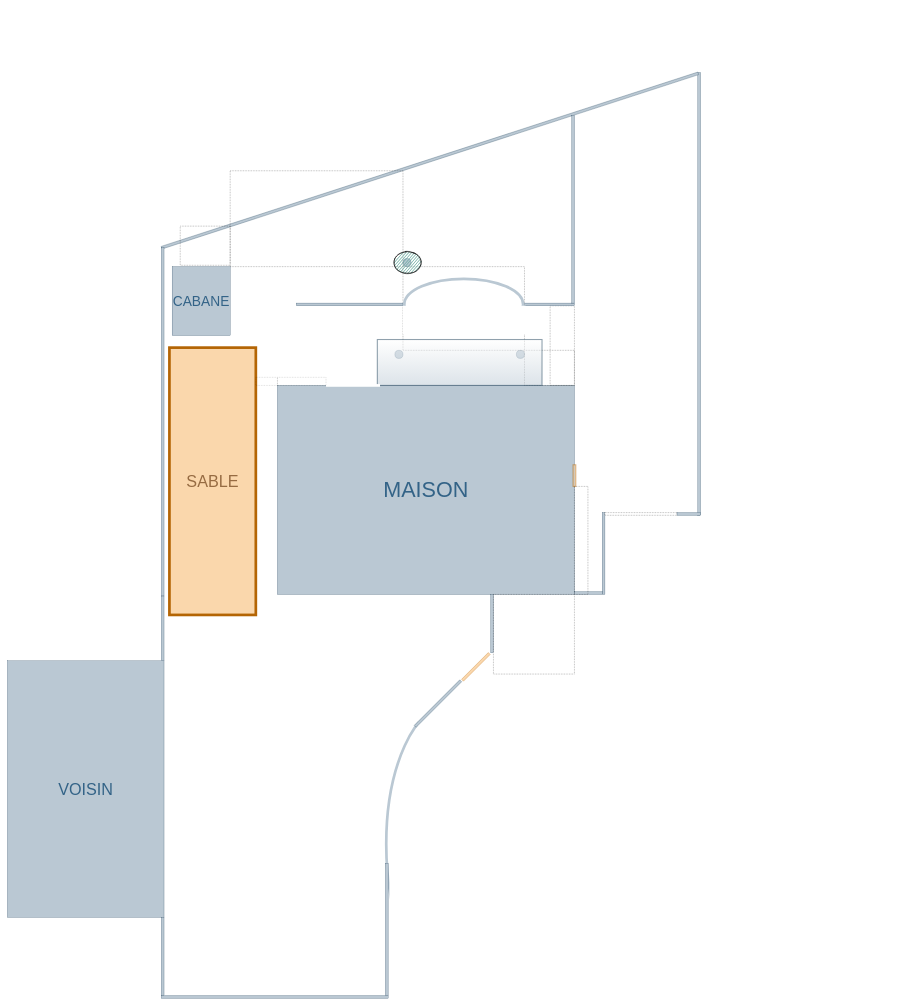
Before: Untitled Diagram.drawio in GeReinhart/DrawIO, a draw.io diagram. Source tidied: cells renumbered, new cells numbered last; positions are measured from the earlier drawing's top-left corner, leaving out a move shared by most shapes. Both pictures are drawn from the tidied source at 27%, with x=0, y=0 at pixel (7, 72).
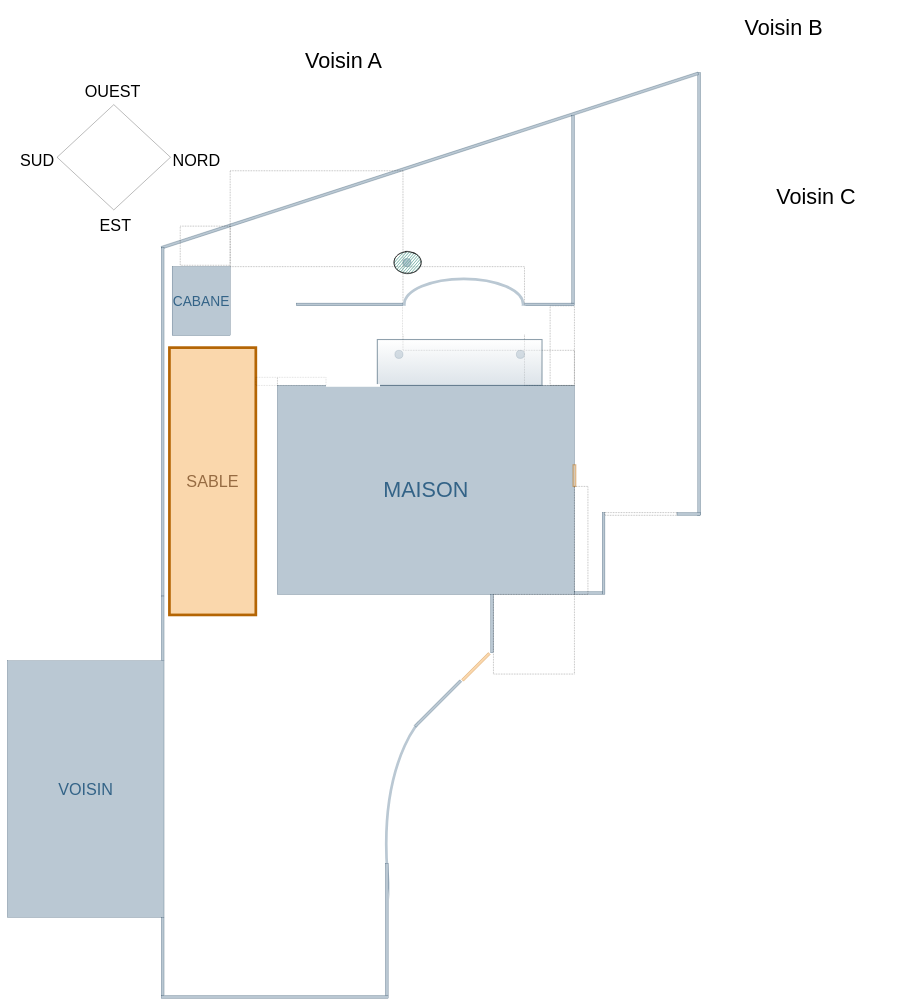
Above is the later version.

The edit, as a diff of the source:
```diff
@@
+    <mxCell id="44" value="&lt;font style=&quot;font-size: 80px&quot;&gt;Voisin A&lt;/font&gt;" style="text;html=1;strokeColor=none;fillColor=none;align=center;verticalAlign=middle;whiteSpace=wrap;rounded=0;" parent="1" vertex="1">
+      <mxGeometry x="960" y="-131" width="570" height="170" as="geometry" />
+    </mxCell>
+    <mxCell id="45" value="&lt;font style=&quot;font-size: 80px&quot;&gt;Voisin B&lt;/font&gt;" style="text;html=1;strokeColor=none;fillColor=none;align=center;verticalAlign=middle;whiteSpace=wrap;rounded=0;" parent="1" vertex="1">
+      <mxGeometry x="2590" y="-251" width="570" height="170" as="geometry" />
+    </mxCell>
+    <mxCell id="46" value="&lt;font style=&quot;font-size: 80px&quot;&gt;Voisin C&lt;/font&gt;" style="text;html=1;strokeColor=none;fillColor=none;align=center;verticalAlign=middle;whiteSpace=wrap;rounded=0;" parent="1" vertex="1">
+      <mxGeometry x="2710" y="375" width="570" height="170" as="geometry" />
+    </mxCell>
+    <mxCell id="47" style="rhombus;whiteSpace=wrap;html=1;" parent="1" vertex="1">
+      <mxGeometry x="184" y="119" width="420" height="390" as="geometry" />
+    </mxCell>
+    <mxCell id="48" value="&lt;font style=&quot;font-size: 60px&quot;&gt;SUD&lt;/font&gt;" style="text;html=1;strokeColor=none;fillColor=none;align=center;verticalAlign=middle;whiteSpace=wrap;rounded=0;" parent="1" vertex="1">
+      <mxGeometry x="-10" y="277" width="240" height="98" as="geometry" />
+    </mxCell>
+    <mxCell id="49" value="&lt;font style=&quot;font-size: 60px&quot;&gt;EST&lt;/font&gt;" style="text;html=1;strokeColor=none;fillColor=none;align=center;verticalAlign=middle;whiteSpace=wrap;rounded=0;" parent="1" vertex="1">
+      <mxGeometry x="280" y="519" width="240" height="98" as="geometry" />
+    </mxCell>
+    <mxCell id="50" value="&lt;font style=&quot;font-size: 60px&quot;&gt;OUEST&lt;/font&gt;" style="text;html=1;strokeColor=none;fillColor=none;align=center;verticalAlign=middle;whiteSpace=wrap;rounded=0;" parent="1" vertex="1">
+      <mxGeometry x="270" y="21" width="240" height="98" as="geometry" />
+    </mxCell>
+    <mxCell id="51" value="&lt;font style=&quot;font-size: 60px&quot;&gt;NORD&lt;/font&gt;" style="text;html=1;strokeColor=none;fillColor=none;align=center;verticalAlign=middle;whiteSpace=wrap;rounded=0;" parent="1" vertex="1">
+      <mxGeometry x="580" y="277" width="240" height="98" as="geometry" />
+    </mxCell>
```
